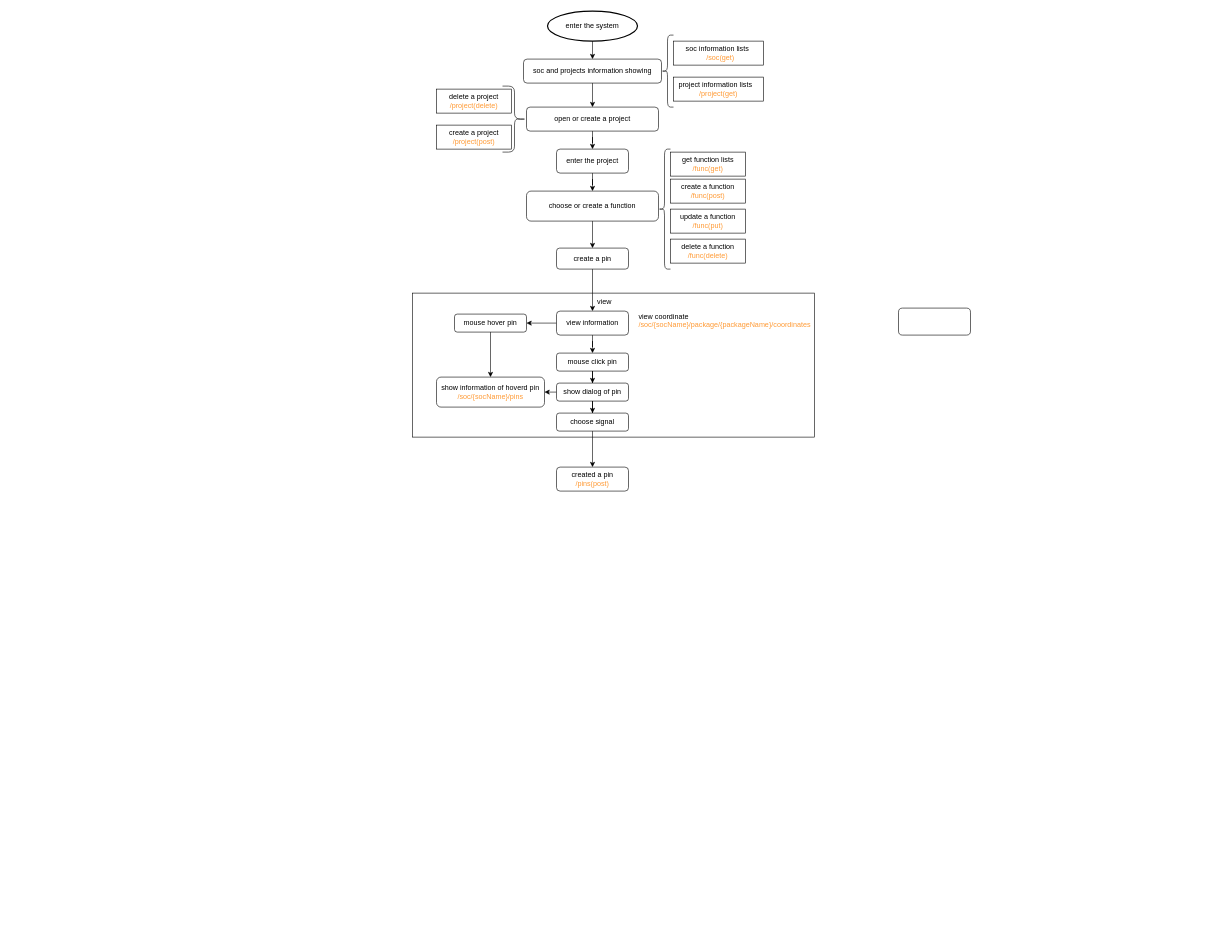
This is 未命名绘图.drawio from darKleaf-cn/test-rest-api, a draw.io file, before an edit. Source tidied: cells renumbered, new cells numbered last; positions are measured from the earlier drawing's top-left corner, leaving out a move shared by most shapes. Both pictures are drawn from the tidied source at 60%, with x=0, y=0 at pixel (412, 11).
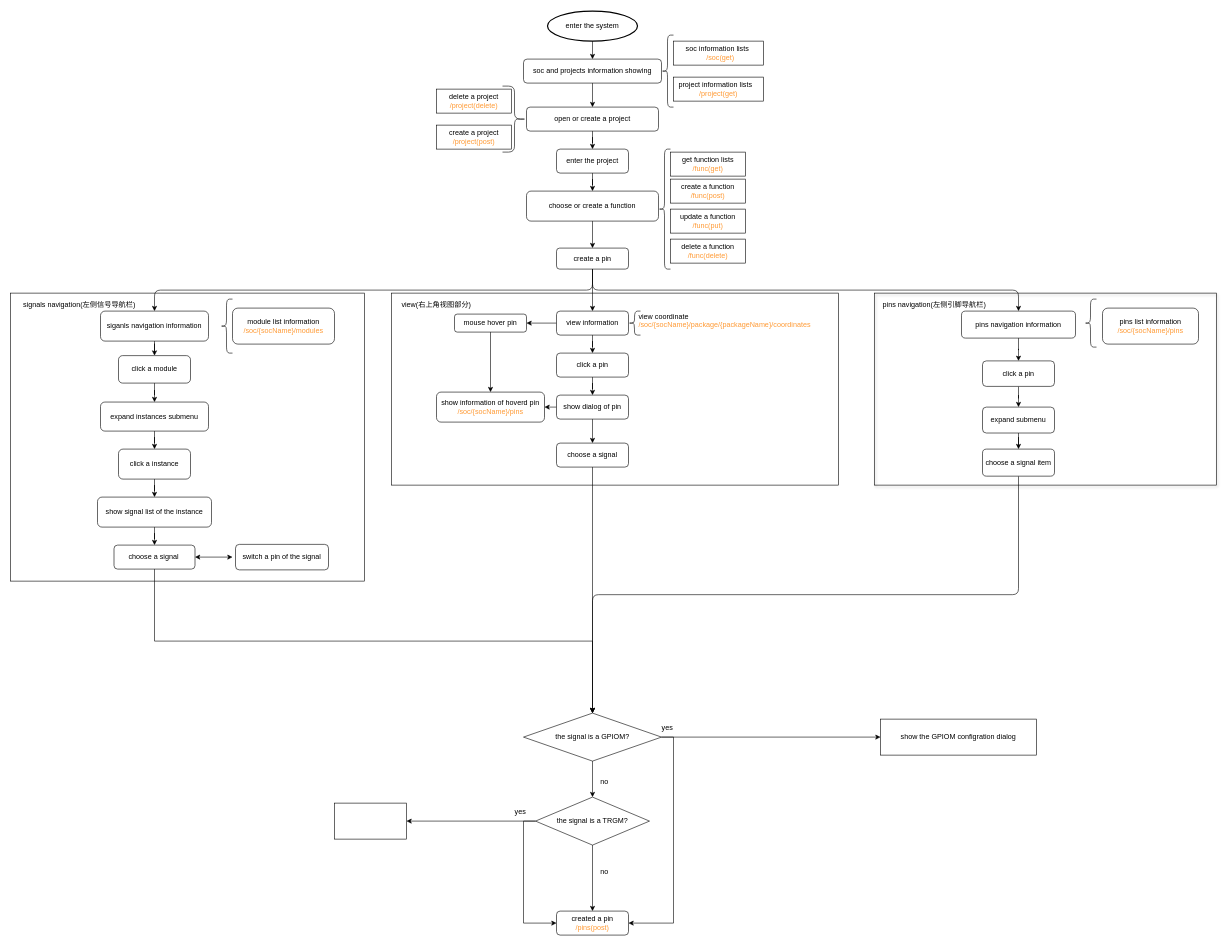
The same page after the edit.

Commit message (it also covers changes not shown here):
更新未命名绘图.drawio

Unchanged cells that the change refers to:
```xml
<mxCell id="25" value="create a pin" style="whiteSpace=wrap;html=1;rounded=1;" parent="1" vertex="1">
  <mxGeometry x="240" y="395" width="120" height="35" as="geometry" />
</mxCell>
```

Change to the diagram source:
```diff
@@
+    <mxCell id="43" style="rounded=0;whiteSpace=wrap;html=1;fillColor=none;" parent="1" vertex="1">
+      <mxGeometry x="-670" y="470" width="590" height="480" as="geometry" />
+    </mxCell>
+    <mxCell id="44" style="rounded=0;whiteSpace=wrap;html=1;shadow=1;fillColor=none;" parent="1" vertex="1">
+      <mxGeometry x="770" y="470" width="570" height="320" as="geometry" />
+    </mxCell>
     <mxCell id="2" style="rounded=0;whiteSpace=wrap;html=1;gradientColor=default;fillColor=none;" parent="1" vertex="1">
-      <mxGeometry y="470" width="670" height="240" as="geometry" />
+      <mxGeometry x="-35" y="470" width="745" height="320" as="geometry" />
     </mxCell>
@@
+    <mxCell id="45" style="edgeStyle=orthogonalEdgeStyle;rounded=1;jettySize=auto;html=1;exitX=0.5;exitY=1;exitDx=0;exitDy=0;entryX=0.5;entryY=0;entryDx=0;entryDy=0;" parent="1" edge="1" source="25" target="42">
+      <mxGeometry relative="1" as="geometry" />
+    </mxCell>
+    <mxCell id="46" style="edgeStyle=orthogonalEdgeStyle;rounded=1;jettySize=auto;html=1;exitX=0.5;exitY=1;exitDx=0;exitDy=0;" parent="1" edge="1" source="25" target="59">
+      <mxGeometry relative="1" as="geometry" />
+    </mxCell>
@@
-    <mxCell id="29" value="view" style="text;html=1;strokeColor=none;fillColor=none;align=center;verticalAlign=middle;whiteSpace=wrap;rounded=0;" parent="1" vertex="1">
-      <mxGeometry x="290" y="470" width="60" height="30" as="geometry" />
+    <mxCell id="29" value="view(右上角视图部分)" style="text;html=1;strokeColor=none;fillColor=none;align=center;verticalAlign=middle;whiteSpace=wrap;rounded=0;" parent="1" vertex="1">
+      <mxGeometry x="-20" y="475" width="120" height="30" as="geometry" />
     </mxCell>
@@
     <mxCell id="32" value="show information of hoverd pin&lt;br&gt;&lt;font color=&quot;#ff9933&quot;&gt;/soc/{socName}/pins&lt;/font&gt;" style="whiteSpace=wrap;html=1;rounded=1;" parent="1" vertex="1">
-      <mxGeometry x="40" y="610" width="180" height="50" as="geometry" />
+      <mxGeometry x="40" y="635" width="180" height="50" as="geometry" />
     </mxCell>
@@
-    <mxCell id="34" value="mouse click pin" style="whiteSpace=wrap;html=1;rounded=1;" parent="1" vertex="1">
-      <mxGeometry x="240" y="570" width="120" height="30" as="geometry" />
+    <mxCell id="34" value="click a pin" style="whiteSpace=wrap;html=1;rounded=1;" parent="1" vertex="1">
+      <mxGeometry x="240" y="570" width="120" height="40" as="geometry" />
     </mxCell>
@@
     <mxCell id="37" value="show dialog of pin" style="whiteSpace=wrap;html=1;rounded=1;" parent="1" vertex="1">
-      <mxGeometry x="240" y="620" width="120" height="30" as="geometry" />
+      <mxGeometry x="240" y="640" width="120" height="40" as="geometry" />
     </mxCell>
-    <mxCell id="38" style="edgeStyle=orthogonalEdgeStyle;rounded=0;jettySize=auto;html=1;" parent="1" edge="1" source="39" target="40">
+    <mxCell id="38" style="edgeStyle=orthogonalEdgeStyle;rounded=0;jettySize=auto;html=1;entryX=0.5;entryY=0;entryDx=0;entryDy=0;entryPerimeter=0;" parent="1" edge="1" source="39" target="78">
       <mxGeometry relative="1" as="geometry" />
     </mxCell>
-    <mxCell id="39" value="choose signal" style="whiteSpace=wrap;html=1;rounded=1;" parent="1" vertex="1">
-      <mxGeometry x="240" y="670" width="120" height="30" as="geometry" />
+    <mxCell id="39" value="choose a signal" style="whiteSpace=wrap;html=1;rounded=1;" parent="1" vertex="1">
+      <mxGeometry x="240" y="720" width="120" height="40" as="geometry" />
     </mxCell>
     <mxCell id="40" value="created a pin&lt;br&gt;&lt;font color=&quot;#ff9933&quot;&gt;/pins(post)&lt;/font&gt;" style="whiteSpace=wrap;html=1;rounded=1;" parent="1" vertex="1">
-      <mxGeometry x="240" y="760" width="120" height="40" as="geometry" />
+      <mxGeometry x="240" y="1500" width="120" height="40" as="geometry" />
     </mxCell>
@@
+    <mxCell id="47" style="edgeStyle=orthogonalEdgeStyle;rounded=0;jettySize=auto;html=1;" parent="1" edge="1" source="42" target="52">
+      <mxGeometry relative="1" as="geometry" />
+    </mxCell>
-    <mxCell id="42" style="rounded=1;whiteSpace=wrap;html=1;" parent="1" vertex="1">
-      <mxGeometry x="810" y="495" width="120" height="45" as="geometry" />
+    <mxCell id="42" value="pins navigation information" style="rounded=1;whiteSpace=wrap;html=1;" parent="1" vertex="1">
+      <mxGeometry x="915" y="500" width="190" height="45" as="geometry" />
     </mxCell>
+    <mxCell id="48" style="shape=curlyBracket;whiteSpace=wrap;html=1;rounded=1;labelPosition=left;verticalLabelPosition=middle;align=right;verticalAlign=middle;size=0.5;" parent="1" vertex="1">
+      <mxGeometry x="360" y="500" width="20" height="40" as="geometry" />
+    </mxCell>
+    <mxCell id="49" style="shape=curlyBracket;whiteSpace=wrap;html=1;rounded=1;labelPosition=left;verticalLabelPosition=middle;align=right;verticalAlign=middle;" parent="1" vertex="1">
+      <mxGeometry x="1120" y="480" width="20" height="80" as="geometry" />
+    </mxCell>
+    <mxCell id="50" value="pins list information&lt;br&gt;&lt;font color=&quot;#ff9933&quot;&gt;/soc/{socName}/pins&lt;/font&gt;" style="rounded=1;whiteSpace=wrap;html=1;" parent="1" vertex="1">
+      <mxGeometry x="1150" y="495" width="160" height="60" as="geometry" />
+    </mxCell>
+    <mxCell id="51" style="edgeStyle=orthogonalEdgeStyle;rounded=0;jettySize=auto;html=1;" parent="1" edge="1" source="52" target="54">
+      <mxGeometry relative="1" as="geometry" />
+    </mxCell>
+    <mxCell id="52" value="click a pin" style="whiteSpace=wrap;html=1;rounded=1;" parent="1" vertex="1">
+      <mxGeometry x="950" y="583" width="120" height="42.5" as="geometry" />
+    </mxCell>
+    <mxCell id="53" style="edgeStyle=orthogonalEdgeStyle;rounded=0;jettySize=auto;html=1;" parent="1" edge="1" source="54" target="56">
+      <mxGeometry relative="1" as="geometry" />
+    </mxCell>
+    <mxCell id="54" value="expand submenu" style="whiteSpace=wrap;html=1;rounded=1;" parent="1" vertex="1">
+      <mxGeometry x="950" y="660" width="120" height="43.2" as="geometry" />
+    </mxCell>
+    <mxCell id="55" style="edgeStyle=orthogonalEdgeStyle;rounded=1;jettySize=auto;html=1;exitX=0.5;exitY=1;exitDx=0;exitDy=0;entryX=0.5;entryY=0;entryDx=0;entryDy=0;" parent="1" edge="1" source="56" target="78">
+      <mxGeometry relative="1" as="geometry" />
+    </mxCell>
+    <mxCell id="56" value="choose a signal item" style="whiteSpace=wrap;html=1;rounded=1;" parent="1" vertex="1">
+      <mxGeometry x="950" y="730" width="120" height="45.1" as="geometry" />
+    </mxCell>
+    <mxCell id="57" value="pins navigation(左侧引脚导航栏)" style="text;html=1;strokeColor=none;fillColor=none;align=center;verticalAlign=middle;whiteSpace=wrap;rounded=0;" parent="1" vertex="1">
+      <mxGeometry x="770" y="475" width="200" height="30" as="geometry" />
+    </mxCell>
+    <mxCell id="58" style="edgeStyle=orthogonalEdgeStyle;rounded=0;jettySize=auto;html=1;" parent="1" edge="1" source="59" target="63">
+      <mxGeometry relative="1" as="geometry" />
+    </mxCell>
+    <mxCell id="59" value="siganls navigation information" style="rounded=1;whiteSpace=wrap;html=1;" parent="1" vertex="1">
+      <mxGeometry x="-520" y="500" width="180" height="50" as="geometry" />
+    </mxCell>
+    <mxCell id="60" style="shape=curlyBracket;whiteSpace=wrap;html=1;rounded=1;labelPosition=left;verticalLabelPosition=middle;align=right;verticalAlign=middle;" parent="1" vertex="1">
+      <mxGeometry x="-320" y="480" width="20" height="90" as="geometry" />
+    </mxCell>
+    <mxCell id="61" value="module list information&lt;br&gt;&lt;font color=&quot;#ff9933&quot;&gt;/soc/{socName}/modules&lt;/font&gt;" style="rounded=1;whiteSpace=wrap;html=1;" parent="1" vertex="1">
+      <mxGeometry x="-300" y="495" width="170" height="60" as="geometry" />
+    </mxCell>
+    <mxCell id="62" style="edgeStyle=orthogonalEdgeStyle;rounded=0;jettySize=auto;html=1;" parent="1" edge="1" source="63" target="65">
+      <mxGeometry relative="1" as="geometry" />
+    </mxCell>
+    <mxCell id="63" value="click a module" style="whiteSpace=wrap;html=1;rounded=1;" parent="1" vertex="1">
+      <mxGeometry x="-490" y="574.2" width="120" height="45.8" as="geometry" />
+    </mxCell>
+    <mxCell id="64" style="edgeStyle=orthogonalEdgeStyle;rounded=0;jettySize=auto;html=1;" parent="1" edge="1" source="65" target="67">
+      <mxGeometry relative="1" as="geometry" />
+    </mxCell>
+    <mxCell id="65" value="expand instances submenu" style="whiteSpace=wrap;html=1;rounded=1;" parent="1" vertex="1">
+      <mxGeometry x="-520" y="651.6" width="180" height="48.4" as="geometry" />
+    </mxCell>
+    <mxCell id="66" style="edgeStyle=orthogonalEdgeStyle;rounded=0;jettySize=auto;html=1;" parent="1" edge="1" source="67" target="69">
+      <mxGeometry relative="1" as="geometry" />
+    </mxCell>
+    <mxCell id="67" value="click a instance" style="whiteSpace=wrap;html=1;rounded=1;" parent="1" vertex="1">
+      <mxGeometry x="-490" y="730" width="120" height="50" as="geometry" />
+    </mxCell>
+    <mxCell id="68" style="edgeStyle=orthogonalEdgeStyle;rounded=0;jettySize=auto;html=1;" parent="1" edge="1" source="69" target="71">
+      <mxGeometry relative="1" as="geometry" />
+    </mxCell>
+    <mxCell id="69" value="show signal list of the instance" style="whiteSpace=wrap;html=1;rounded=1;" parent="1" vertex="1">
+      <mxGeometry x="-525" y="810" width="190" height="50" as="geometry" />
+    </mxCell>
+    <mxCell id="70" style="edgeStyle=orthogonalEdgeStyle;rounded=0;jettySize=auto;html=1;exitX=0.5;exitY=1;exitDx=0;exitDy=0;entryX=0.5;entryY=0;entryDx=0;entryDy=0;" parent="1" edge="1" source="71" target="78">
+      <mxGeometry relative="1" as="geometry" />
+    </mxCell>
+    <mxCell id="71" value="choose a signal&amp;nbsp;" style="whiteSpace=wrap;html=1;rounded=1;" parent="1" vertex="1">
+      <mxGeometry x="-497.5" y="890" width="135" height="40" as="geometry" />
+    </mxCell>
+    <mxCell id="72" value="switch a pin of the signal" style="whiteSpace=wrap;html=1;rounded=1;" parent="1" vertex="1">
+      <mxGeometry x="-295" y="888.8" width="155" height="42.5" as="geometry" />
+    </mxCell>
+    <mxCell id="73" style="endArrow=classic;startArrow=classic;html=1;rounded=0;" parent="1" edge="1">
+      <mxGeometry relative="1" as="geometry">
+        <mxPoint x="-362.5" y="910" as="sourcePoint" />
+        <mxPoint x="-300" y="910" as="targetPoint" />
+      </mxGeometry>
+    </mxCell>
+    <mxCell id="74" value="signals navigation(左侧信号导航栏)" style="text;html=1;strokeColor=none;fillColor=none;align=center;verticalAlign=middle;whiteSpace=wrap;rounded=0;" parent="1" vertex="1">
+      <mxGeometry x="-660" y="475" width="210" height="30" as="geometry" />
+    </mxCell>
+    <mxCell id="75" style="edgeStyle=orthogonalEdgeStyle;rounded=0;jettySize=auto;html=1;" parent="1" edge="1" source="78" target="83">
+      <mxGeometry relative="1" as="geometry" />
+    </mxCell>
+    <mxCell id="76" style="edgeStyle=orthogonalEdgeStyle;rounded=0;jettySize=auto;html=1;" parent="1" edge="1" source="78" target="85">
+      <mxGeometry relative="1" as="geometry" />
+    </mxCell>
+    <mxCell id="77" style="edgeStyle=orthogonalEdgeStyle;rounded=0;jettySize=auto;html=1;exitX=1;exitY=0.5;exitDx=0;exitDy=0;entryX=1;entryY=0.5;entryDx=0;entryDy=0;" parent="1" edge="1" source="78" target="40">
+      <mxGeometry relative="1" as="geometry" />
+    </mxCell>
+    <mxCell id="78" value="the signal is a GPIOM?" style="rhombus;whiteSpace=wrap;html=1;" parent="1" vertex="1">
+      <mxGeometry x="185" y="1170" width="230" height="80" as="geometry" />
+    </mxCell>
+    <mxCell id="79" value="no" style="text;html=1;strokeColor=none;fillColor=none;align=center;verticalAlign=middle;whiteSpace=wrap;rounded=0;" parent="1" vertex="1">
+      <mxGeometry x="290" y="1270" width="60" height="30" as="geometry" />
+    </mxCell>
+    <mxCell id="80" style="edgeStyle=orthogonalEdgeStyle;rounded=0;jettySize=auto;html=1;exitX=0.5;exitY=1;exitDx=0;exitDy=0;entryX=0.5;entryY=0;entryDx=0;entryDy=0;" parent="1" edge="1" source="83" target="40">
+      <mxGeometry relative="1" as="geometry" />
+    </mxCell>
+    <mxCell id="81" style="edgeStyle=orthogonalEdgeStyle;rounded=0;jettySize=auto;html=1;" parent="1" edge="1" source="83" target="87">
+      <mxGeometry relative="1" as="geometry" />
+    </mxCell>
+    <mxCell id="82" style="edgeStyle=orthogonalEdgeStyle;rounded=0;jettySize=auto;html=1;exitX=0;exitY=0.5;exitDx=0;exitDy=0;entryX=0;entryY=0.5;entryDx=0;entryDy=0;" parent="1" edge="1" source="83" target="40">
+      <mxGeometry relative="1" as="geometry" />
+    </mxCell>
+    <mxCell id="83" value="the signal is a TRGM?" style="rhombus;whiteSpace=wrap;html=1;" parent="1" vertex="1">
+      <mxGeometry x="205" y="1310" width="190" height="80" as="geometry" />
+    </mxCell>
+    <mxCell id="84" value="no" style="text;html=1;strokeColor=none;fillColor=none;align=center;verticalAlign=middle;whiteSpace=wrap;rounded=0;" parent="1" vertex="1">
+      <mxGeometry x="290" y="1420" width="60" height="30" as="geometry" />
+    </mxCell>
+    <mxCell id="85" value="show the GPIOM configration dialog" style="whiteSpace=wrap;html=1;" parent="1" vertex="1">
+      <mxGeometry x="780" y="1180" width="260" height="60" as="geometry" />
+    </mxCell>
+    <mxCell id="86" value="yes" style="text;html=1;strokeColor=none;fillColor=none;align=center;verticalAlign=middle;whiteSpace=wrap;rounded=0;" parent="1" vertex="1">
+      <mxGeometry x="395" y="1180" width="60" height="30" as="geometry" />
+    </mxCell>
+    <mxCell id="87" style="whiteSpace=wrap;html=1;" parent="1" vertex="1">
+      <mxGeometry x="-130" y="1320" width="120" height="60" as="geometry" />
+    </mxCell>
+    <mxCell id="88" value="yes" style="text;html=1;strokeColor=none;fillColor=none;align=center;verticalAlign=middle;whiteSpace=wrap;rounded=0;" parent="1" vertex="1">
+      <mxGeometry x="150" y="1320" width="60" height="30" as="geometry" />
+    </mxCell>
```
